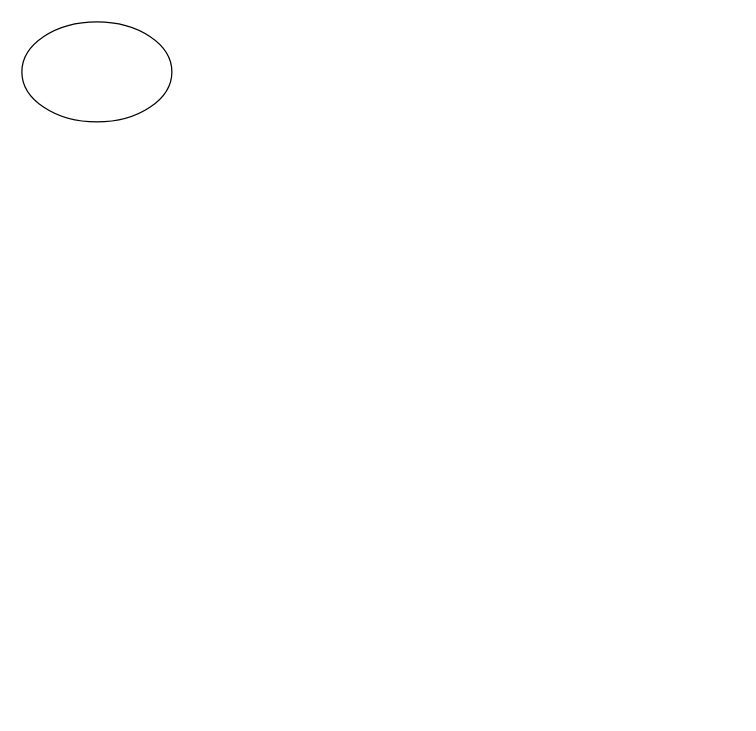
Above: Untitled Diagram.drawio in Jebbxrs/c_proj (draw.io), before the change. Source tidied: cells renumbered, new cells numbered last; positions are measured from the earlier drawing's top-left corner, leaving out a move shared by most shapes. Both pictures are drawn from the tidied source at 125%, with x=0, y=0 at pixel (21, 21).
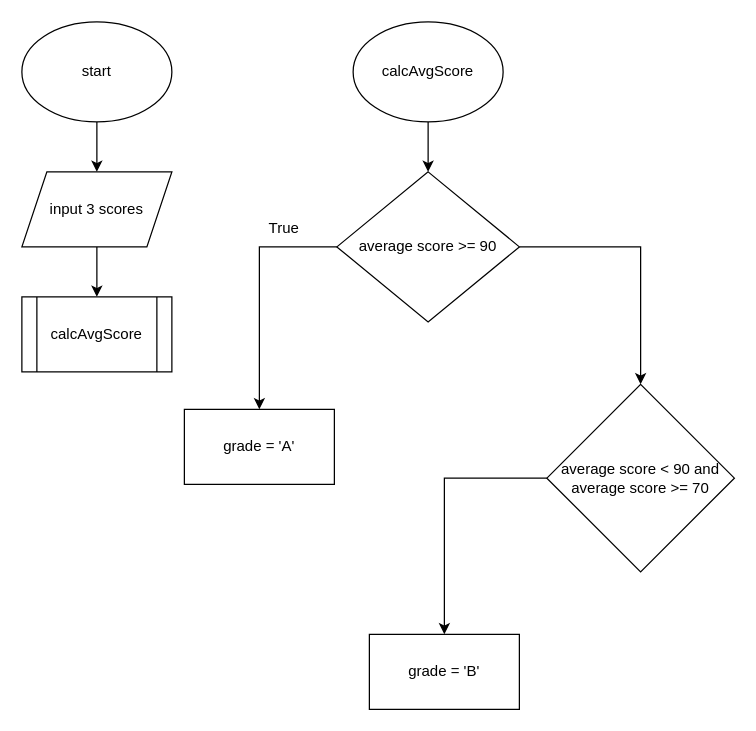
The same diagram, later.

Change to the diagram source:
```diff
@@
 <mxGraphModel>
   <root>
     <mxCell id="0" />
     <mxCell id="1" parent="0" />
+    <mxCell id="3" style="edgeStyle=orthogonalEdgeStyle;rounded=0;jettySize=auto;html=1;" parent="1" edge="1" source="2" target="5">
+      <mxGeometry relative="1" as="geometry" />
+    </mxCell>
-    <mxCell id="2" style="ellipse;whiteSpace=wrap;html=1;" parent="1" vertex="1">
+    <mxCell id="2" value="start" style="ellipse;whiteSpace=wrap;html=1;" parent="1" vertex="1">
       <mxGeometry width="120" height="80" as="geometry" />
     </mxCell>
+    <mxCell id="4" style="edgeStyle=orthogonalEdgeStyle;rounded=0;jettySize=auto;html=1;" parent="1" edge="1" source="5" target="6">
+      <mxGeometry relative="1" as="geometry" />
+    </mxCell>
+    <mxCell id="5" value="input 3 scores" style="shape=parallelogram;perimeter=parallelogramPerimeter;whiteSpace=wrap;html=1;fixedSize=1;" parent="1" vertex="1">
+      <mxGeometry y="120" width="120" height="60" as="geometry" />
+    </mxCell>
+    <mxCell id="6" value="calcAvgScore" style="shape=process;whiteSpace=wrap;html=1;backgroundOutline=1;" parent="1" vertex="1">
+      <mxGeometry y="220" width="120" height="60" as="geometry" />
+    </mxCell>
+    <mxCell id="7" style="edgeStyle=orthogonalEdgeStyle;rounded=0;jettySize=auto;html=1;" parent="1" edge="1" source="8">
+      <mxGeometry relative="1" as="geometry">
+        <mxPoint x="325" y="120" as="targetPoint" />
+      </mxGeometry>
+    </mxCell>
+    <mxCell id="8" value="calcAvgScore" style="ellipse;whiteSpace=wrap;html=1;" parent="1" vertex="1">
+      <mxGeometry x="265" width="120" height="80" as="geometry" />
+    </mxCell>
+    <mxCell id="9" style="edgeStyle=orthogonalEdgeStyle;rounded=0;jettySize=auto;html=1;" parent="1" edge="1" source="11" target="12">
+      <mxGeometry relative="1" as="geometry" />
+    </mxCell>
+    <mxCell id="10" style="edgeStyle=orthogonalEdgeStyle;rounded=0;jettySize=auto;html=1;" parent="1" edge="1" source="11" target="15">
+      <mxGeometry relative="1" as="geometry" />
+    </mxCell>
+    <mxCell id="11" value="average score &amp;gt;= 90" style="rhombus;whiteSpace=wrap;html=1;" parent="1" vertex="1">
+      <mxGeometry x="252" y="120" width="146" height="120" as="geometry" />
+    </mxCell>
+    <mxCell id="12" value="grade = 'A'" style="rounded=0;whiteSpace=wrap;html=1;" parent="1" vertex="1">
+      <mxGeometry x="130" y="310" width="120" height="60" as="geometry" />
+    </mxCell>
+    <mxCell id="13" value="True" style="text;html=1;strokeColor=none;fillColor=none;align=center;verticalAlign=middle;whiteSpace=wrap;rounded=0;" parent="1" vertex="1">
+      <mxGeometry x="180" y="150" width="60" height="30" as="geometry" />
+    </mxCell>
+    <mxCell id="14" style="edgeStyle=orthogonalEdgeStyle;rounded=0;jettySize=auto;html=1;" parent="1" edge="1" source="15" target="16">
+      <mxGeometry relative="1" as="geometry" />
+    </mxCell>
+    <mxCell id="15" value="average score &amp;lt; 90 and average score &amp;gt;= 70" style="rhombus;whiteSpace=wrap;html=1;" parent="1" vertex="1">
+      <mxGeometry x="420" y="290" width="150" height="150" as="geometry" />
+    </mxCell>
+    <mxCell id="16" value="grade = 'B'" style="whiteSpace=wrap;html=1;" parent="1" vertex="1">
+      <mxGeometry x="278" y="490" width="120" height="60" as="geometry" />
+    </mxCell>
   </root>
 </mxGraphModel>
```
